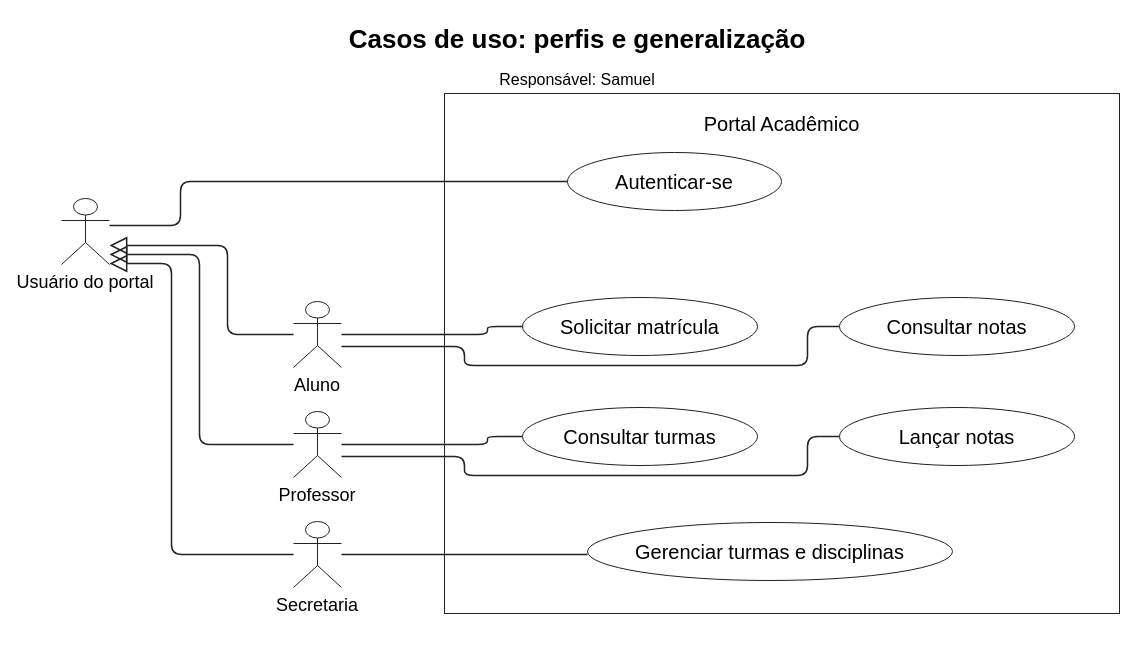
Earlier version of the draw.io diagram diagramas/casos-de-uso/perfis-e-generalizacao.drawio (samunovasideias/pp1-site-faculdade-uml). Source tidied: cells renumbered, new cells numbered last; positions are measured from the earlier drawing's top-left corner, leaving out a move shared by most shapes. Both pictures are drawn from the tidied source at 100%, with x=0, y=0 at pixel (57, 17).
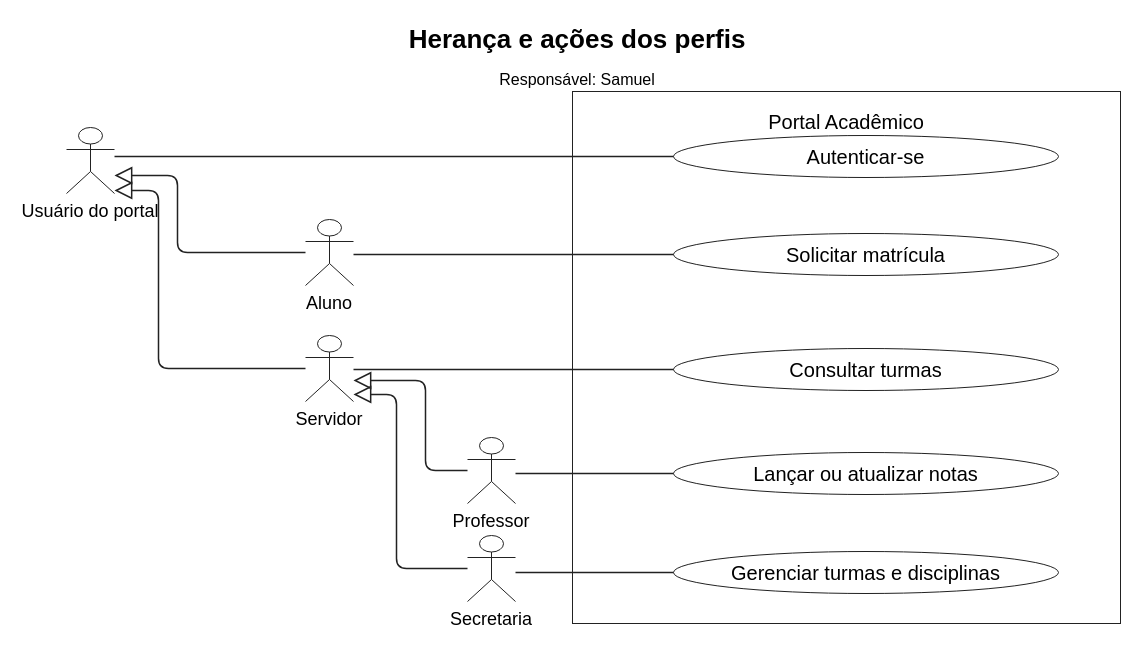
After the change.

Commit message (it also covers changes not shown here):
Explica a herança de atores e as ações por perfil

Change to the diagram source:
```diff
@@
-    <mxCell id="2" value="Casos de uso: perfis e generalização" style="text;whiteSpace=wrap;align=center;verticalAlign=middle;strokeColor=none;fillColor=none;fontColor=#000000;fontSize=26;fontStyle=1;" parent="1" vertex="1">
+    <mxCell id="2" value="Herança e ações dos perfis" style="text;whiteSpace=wrap;align=center;verticalAlign=middle;strokeColor=none;fillColor=none;fontColor=#000000;fontSize=26;fontStyle=1;" parent="1" vertex="1">
       <mxGeometry width="1040" height="44" as="geometry" />
     </mxCell>
@@
     <mxCell id="4" value="Portal Acadêmico" style="verticalAlign=top;spacingTop=12;whiteSpace=wrap;html=0;align=center;fillColor=#ffffff;strokeColor=#222222;fontColor=#000000;fontSize=20;" parent="1" vertex="1">
-      <mxGeometry x="387" y="76" width="675" height="520" as="geometry" />
+      <mxGeometry x="515" y="74" width="548" height="532" as="geometry" />
     </mxCell>
     <mxCell id="5" value="Usuário do portal" style="shape=umlActor;verticalLabelPosition=bottom;verticalAlign=top;align=center;fillColor=#ffffff;strokeColor=#222222;fontColor=#000000;fontSize=18;" parent="1" vertex="1">
-      <mxGeometry x="4" y="181" width="48" height="66" as="geometry" />
+      <mxGeometry x="9" y="110" width="48" height="66" as="geometry" />
     </mxCell>
     <mxCell id="6" value="Aluno" style="shape=umlActor;verticalLabelPosition=bottom;verticalAlign=top;align=center;fillColor=#ffffff;strokeColor=#222222;fontColor=#000000;fontSize=18;" parent="1" vertex="1">
-      <mxGeometry x="236" y="284" width="48" height="66" as="geometry" />
+      <mxGeometry x="248" y="202" width="48" height="66" as="geometry" />
     </mxCell>
+    <mxCell id="24" value="Servidor" style="shape=umlActor;verticalLabelPosition=bottom;verticalAlign=top;align=center;fillColor=#ffffff;strokeColor=#222222;fontColor=#000000;fontSize=18;" parent="1" vertex="1">
+      <mxGeometry x="248" y="318" width="48" height="66" as="geometry" />
+    </mxCell>
     <mxCell id="7" value="Professor" style="shape=umlActor;verticalLabelPosition=bottom;verticalAlign=top;align=center;fillColor=#ffffff;strokeColor=#222222;fontColor=#000000;fontSize=18;" parent="1" vertex="1">
-      <mxGeometry x="236" y="394" width="48" height="66" as="geometry" />
+      <mxGeometry x="410" y="420" width="48" height="66" as="geometry" />
     </mxCell>
     <mxCell id="8" value="Secretaria" style="shape=umlActor;verticalLabelPosition=bottom;verticalAlign=top;align=center;fillColor=#ffffff;strokeColor=#222222;fontColor=#000000;fontSize=18;" parent="1" vertex="1">
-      <mxGeometry x="236" y="504" width="48" height="66" as="geometry" />
+      <mxGeometry x="410" y="518" width="48" height="66" as="geometry" />
     </mxCell>
     <mxCell id="9" value="Autenticar-se" style="ellipse;whiteSpace=wrap;html=0;align=center;fillColor=#ffffff;strokeColor=#222222;fontColor=#000000;fontSize=20;" parent="1" vertex="1">
-      <mxGeometry x="510" y="135" width="214" height="58" as="geometry" />
+      <mxGeometry x="616" y="118" width="385" height="42" as="geometry" />
     </mxCell>
     <mxCell id="10" value="Solicitar matrícula" style="ellipse;whiteSpace=wrap;html=0;align=center;fillColor=#ffffff;strokeColor=#222222;fontColor=#000000;fontSize=20;" parent="1" vertex="1">
-      <mxGeometry x="465" y="280" width="235" height="58" as="geometry" />
+      <mxGeometry x="616" y="216" width="385" height="42" as="geometry" />
     </mxCell>
-    <mxCell id="11" value="Consultar notas" style="ellipse;whiteSpace=wrap;html=0;align=center;fillColor=#ffffff;strokeColor=#222222;fontColor=#000000;fontSize=20;" parent="1" vertex="1">
-      <mxGeometry x="782" y="280" width="235" height="58" as="geometry" />
-    </mxCell>
     <mxCell id="12" value="Consultar turmas" style="ellipse;whiteSpace=wrap;html=0;align=center;fillColor=#ffffff;strokeColor=#222222;fontColor=#000000;fontSize=20;" parent="1" vertex="1">
-      <mxGeometry x="465" y="390" width="235" height="58" as="geometry" />
+      <mxGeometry x="616" y="331" width="385" height="42" as="geometry" />
     </mxCell>
-    <mxCell id="13" value="Lançar notas" style="ellipse;whiteSpace=wrap;html=0;align=center;fillColor=#ffffff;strokeColor=#222222;fontColor=#000000;fontSize=20;" parent="1" vertex="1">
-      <mxGeometry x="782" y="390" width="235" height="58" as="geometry" />
+    <mxCell id="13" value="Lançar ou atualizar notas" style="ellipse;whiteSpace=wrap;html=0;align=center;fillColor=#ffffff;strokeColor=#222222;fontColor=#000000;fontSize=20;" parent="1" vertex="1">
+      <mxGeometry x="616" y="435" width="385" height="42" as="geometry" />
     </mxCell>
     <mxCell id="14" value="Gerenciar turmas e disciplinas" style="ellipse;whiteSpace=wrap;html=0;align=center;fillColor=#ffffff;strokeColor=#222222;fontColor=#000000;fontSize=20;" parent="1" vertex="1">
-      <mxGeometry x="530" y="505" width="365" height="58" as="geometry" />
+      <mxGeometry x="616" y="534" width="385" height="42" as="geometry" />
     </mxCell>
-    <mxCell id="15" style="edgeStyle=none;strokeColor=#222222;strokeWidth=1.5;html=0;endArrow=none;exitX=1;exitY=0.41;exitPerimeter=0;entryX=0;entryY=0.5;entryPerimeter=0;" parent="1" edge="1" source="5" target="9">
-      <mxGeometry relative="1" as="geometry">
-        <Array as="points">
-          <mxPoint x="123" y="208" />
-          <mxPoint x="123" y="164" />
-        </Array>
-      </mxGeometry>
+    <mxCell id="15" style="edgeStyle=none;strokeColor=#222222;strokeWidth=1.5;html=0;endArrow=none;exitX=1;exitY=0.4393939393939394;exitPerimeter=0;entryX=0;entryY=0.5;entryPerimeter=0;" parent="1" edge="1" source="5" target="9">
+      <mxGeometry relative="1" as="geometry" />
     </mxCell>
-    <mxCell id="16" style="edgeStyle=none;strokeColor=#222222;strokeWidth=1.5;html=0;endArrow=block;endFill=0;endSize=14;exitX=0;exitY=0.5;exitPerimeter=0;entryX=1;entryY=0.7121212121212122;entryPerimeter=0;" parent="1" edge="1" source="6" target="5">
+    <mxCell id="16" style="edgeStyle=none;strokeColor=#222222;strokeWidth=1.5;html=0;endArrow=block;endFill=0;endSize=14;exitX=0;exitY=0.5;exitPerimeter=0;entryX=1;entryY=0.7272727272727273;entryPerimeter=0;" parent="1" edge="1" source="6" target="5">
       <mxGeometry relative="1" as="geometry">
         <Array as="points">
-          <mxPoint x="170" y="317" />
-          <mxPoint x="170" y="228" />
+          <mxPoint x="120" y="235" />
+          <mxPoint x="120" y="158" />
         </Array>
       </mxGeometry>
     </mxCell>
-    <mxCell id="17" style="edgeStyle=none;strokeColor=#222222;strokeWidth=1.5;html=0;endArrow=block;endFill=0;endSize=14;exitX=0;exitY=0.5;exitPerimeter=0;entryX=1;entryY=0.8484848484848485;entryPerimeter=0;" parent="1" edge="1" source="7" target="5">
-      <mxGeometry relative="1" as="geometry">
-        <Array as="points">
-          <mxPoint x="142" y="427" />
-          <mxPoint x="142" y="237" />
-        </Array>
-      </mxGeometry>
-    </mxCell>
-    <mxCell id="18" style="edgeStyle=none;strokeColor=#222222;strokeWidth=1.5;html=0;endArrow=block;endFill=0;endSize=14;exitX=0;exitY=0.5;exitPerimeter=0;entryX=1;entryY=0.9848484848484849;entryPerimeter=0;" parent="1" edge="1" source="8" target="5">
-      <mxGeometry relative="1" as="geometry">
-        <Array as="points">
-          <mxPoint x="114" y="537" />
-          <mxPoint x="114" y="246" />
-        </Array>
-      </mxGeometry>
-    </mxCell>
+    <mxCell id="25" style="edgeStyle=none;strokeColor=#222222;strokeWidth=1.5;html=0;endArrow=block;endFill=0;endSize=14;exitX=0;exitY=0.5;exitPerimeter=0;entryX=1;entryY=0.9545454545454546;entryPerimeter=0;" parent="1" edge="1" source="24" target="5">
+      <mxGeometry relative="1" as="geometry">
+        <Array as="points">
+          <mxPoint x="101" y="351" />
+          <mxPoint x="101" y="173" />
+        </Array>
+      </mxGeometry>
+    </mxCell>
+    <mxCell id="26" style="edgeStyle=none;strokeColor=#222222;strokeWidth=1.5;html=0;endArrow=block;endFill=0;endSize=14;exitX=0;exitY=0.5;exitPerimeter=0;entryX=1;entryY=0.6818181818181818;entryPerimeter=0;" parent="1" edge="1" source="7" target="24">
+      <mxGeometry relative="1" as="geometry">
+        <Array as="points">
+          <mxPoint x="368" y="453" />
+          <mxPoint x="368" y="363" />
+        </Array>
+      </mxGeometry>
+    </mxCell>
+    <mxCell id="27" style="edgeStyle=none;strokeColor=#222222;strokeWidth=1.5;html=0;endArrow=block;endFill=0;endSize=14;exitX=0;exitY=0.5;exitPerimeter=0;entryX=1;entryY=0.8939393939393939;entryPerimeter=0;" parent="1" edge="1" source="8" target="24">
+      <mxGeometry relative="1" as="geometry">
+        <Array as="points">
+          <mxPoint x="339" y="551" />
+          <mxPoint x="339" y="377" />
+        </Array>
+      </mxGeometry>
+    </mxCell>
-    <mxCell id="19" style="edgeStyle=none;strokeColor=#222222;strokeWidth=1.5;html=0;endArrow=none;exitX=1;exitY=0.5;exitPerimeter=0;entryX=0;entryY=0.5;entryPerimeter=0;" parent="1" edge="1" source="6" target="10">
-      <mxGeometry relative="1" as="geometry">
-        <Array as="points">
-          <mxPoint x="430" y="317" />
-          <mxPoint x="430" y="309" />
-        </Array>
-      </mxGeometry>
+    <mxCell id="19" style="edgeStyle=none;strokeColor=#222222;strokeWidth=1.5;html=0;endArrow=none;exitX=1;exitY=0.5303030303030303;exitPerimeter=0;entryX=0;entryY=0.5;entryPerimeter=0;" parent="1" edge="1" source="6" target="10">
+      <mxGeometry relative="1" as="geometry" />
     </mxCell>
-    <mxCell id="20" style="edgeStyle=none;strokeColor=#222222;strokeWidth=1.5;html=0;endArrow=none;exitX=1;exitY=0.6818181818181818;exitPerimeter=0;entryX=0;entryY=0.5;entryPerimeter=0;" parent="1" edge="1" source="6" target="11">
-      <mxGeometry relative="1" as="geometry">
-        <Array as="points">
-          <mxPoint x="407" y="329" />
-          <mxPoint x="407" y="348" />
-          <mxPoint x="750" y="348" />
-          <mxPoint x="750" y="309" />
-        </Array>
-      </mxGeometry>
-    </mxCell>
-    <mxCell id="21" style="edgeStyle=none;strokeColor=#222222;strokeWidth=1.5;html=0;endArrow=none;exitX=1;exitY=0.5;exitPerimeter=0;entryX=0;entryY=0.5;entryPerimeter=0;" parent="1" edge="1" source="7" target="12">
-      <mxGeometry relative="1" as="geometry">
-        <Array as="points">
-          <mxPoint x="430" y="427" />
-          <mxPoint x="430" y="419" />
-        </Array>
-      </mxGeometry>
-    </mxCell>
+    <mxCell id="28" style="edgeStyle=none;strokeColor=#222222;strokeWidth=1.5;html=0;endArrow=none;exitX=1;exitY=0.5151515151515151;exitPerimeter=0;entryX=0;entryY=0.5;entryPerimeter=0;" parent="1" edge="1" source="24" target="12">
+      <mxGeometry relative="1" as="geometry" />
+    </mxCell>
-    <mxCell id="22" style="edgeStyle=none;strokeColor=#222222;strokeWidth=1.5;html=0;endArrow=none;exitX=1;exitY=0.6818181818181818;exitPerimeter=0;entryX=0;entryY=0.5;entryPerimeter=0;" parent="1" edge="1" source="7" target="13">
-      <mxGeometry relative="1" as="geometry">
-        <Array as="points">
-          <mxPoint x="407" y="439" />
-          <mxPoint x="407" y="458" />
-          <mxPoint x="750" y="458" />
-          <mxPoint x="750" y="419" />
-        </Array>
-      </mxGeometry>
+    <mxCell id="22" style="edgeStyle=none;strokeColor=#222222;strokeWidth=1.5;html=0;endArrow=none;exitX=1;exitY=0.5454545454545454;exitPerimeter=0;entryX=0;entryY=0.5;entryPerimeter=0;" parent="1" edge="1" source="7" target="13">
+      <mxGeometry relative="1" as="geometry" />
     </mxCell>
-    <mxCell id="23" style="edgeStyle=none;strokeColor=#222222;strokeWidth=1.5;html=0;endArrow=none;exitX=1;exitY=0.5;exitPerimeter=0;entryX=0;entryY=0.5517241379310345;entryPerimeter=0;" parent="1" edge="1" source="8" target="14">
+    <mxCell id="23" style="edgeStyle=none;strokeColor=#222222;strokeWidth=1.5;html=0;endArrow=none;exitX=1;exitY=0.5606060606060606;exitPerimeter=0;entryX=0;entryY=0.5;entryPerimeter=0;" parent="1" edge="1" source="8" target="14">
       <mxGeometry relative="1" as="geometry" />
     </mxCell>
```
